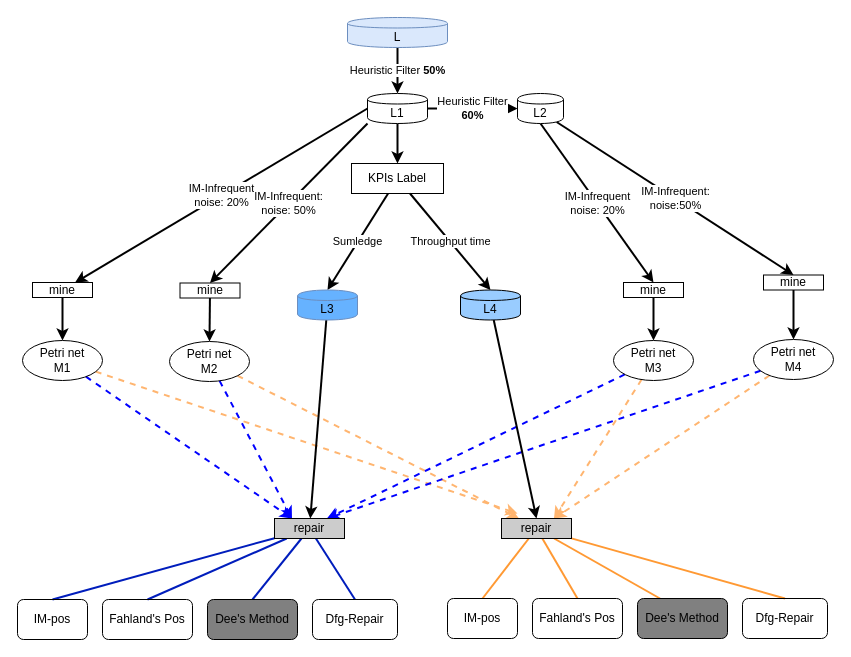
Earlier version of the draw.io diagram page "presentation-simple-way" (5 of 5) of official_report/pictures/test-design.drawio (KFDing/masterthesis). Source tidied: cells renumbered, new cells numbered last; positions are measured from the earlier drawing's top-left corner, leaving out a move shared by most shapes. Both pictures are drawn from the tidied source at 100%, with x=0, y=0 at pixel (17, 17).
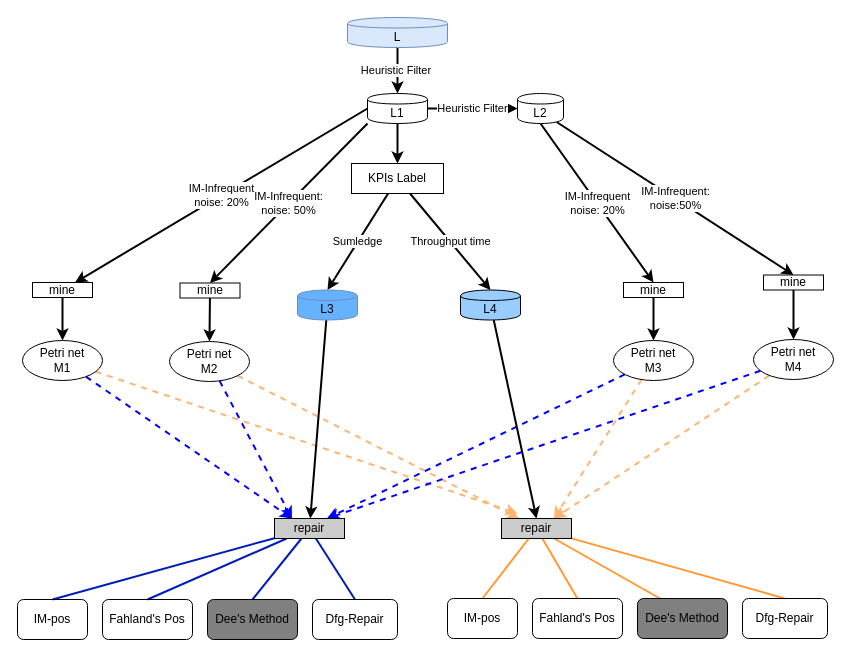
The same diagram, later.

Unchanged cells that the change refers to:
```xml
<mxCell id="7" value="L" style="shape=cylinder;whiteSpace=wrap;html=1;boundedLbl=1;backgroundOutline=1;fillColor=#dae8fc;strokeColor=#6c8ebf;" parent="1" vertex="1">
  <mxGeometry x="330" width="100" height="30" as="geometry" />
</mxCell>
<mxCell id="30" value="L1" style="shape=cylinder;whiteSpace=wrap;html=1;boundedLbl=1;backgroundOutline=1;" parent="1" vertex="1">
  <mxGeometry x="350" y="76" width="60" height="30" as="geometry" />
</mxCell>
<mxCell id="31" value="L2" style="shape=cylinder;whiteSpace=wrap;html=1;boundedLbl=1;backgroundOutline=1;" parent="1" vertex="1">
  <mxGeometry x="500" y="76" width="46" height="30" as="geometry" />
</mxCell>
```

Diff of the diagram source:
```diff
@@
-    <mxCell id="6" value="Heuristic Filter &lt;b&gt;50%&lt;/b&gt;" style="edgeStyle=none;rounded=0;jettySize=auto;html=1;entryX=0.5;entryY=0;entryDx=0;entryDy=0;strokeWidth=2;" parent="1" edge="1" source="7" target="30">
+    <mxCell id="6" value="Heuristic Filter&amp;nbsp;" style="edgeStyle=none;rounded=0;jettySize=auto;html=1;entryX=0.5;entryY=0;entryDx=0;entryDy=0;strokeWidth=2;" parent="1" edge="1" source="7" target="30">
       <mxGeometry relative="1" as="geometry" />
     </mxCell>
@@
-    <mxCell id="28" value="Heuristic Filter&lt;br&gt;&lt;b&gt;60%&lt;/b&gt;&lt;br&gt;" style="edgeStyle=none;rounded=0;jettySize=auto;html=1;strokeWidth=2;" parent="1" edge="1" source="30" target="31">
+    <mxCell id="28" value="Heuristic Filter&lt;br&gt;" style="edgeStyle=none;rounded=0;jettySize=auto;html=1;strokeWidth=2;" parent="1" edge="1" source="30" target="31">
       <mxGeometry relative="1" as="geometry" />
     </mxCell>
```
